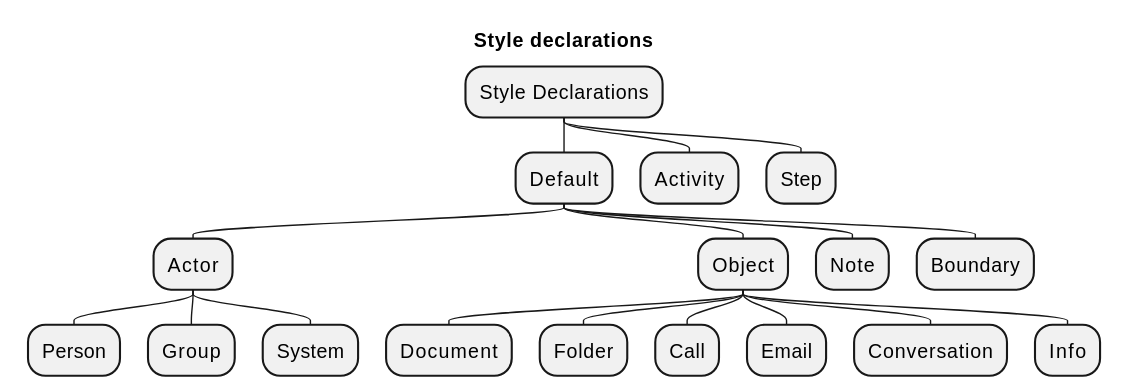
Before: docs/assets/stylePropertyHierarchy.svg, a diagram exported from PlantUML (johthor/DomainStory-PlantUML).
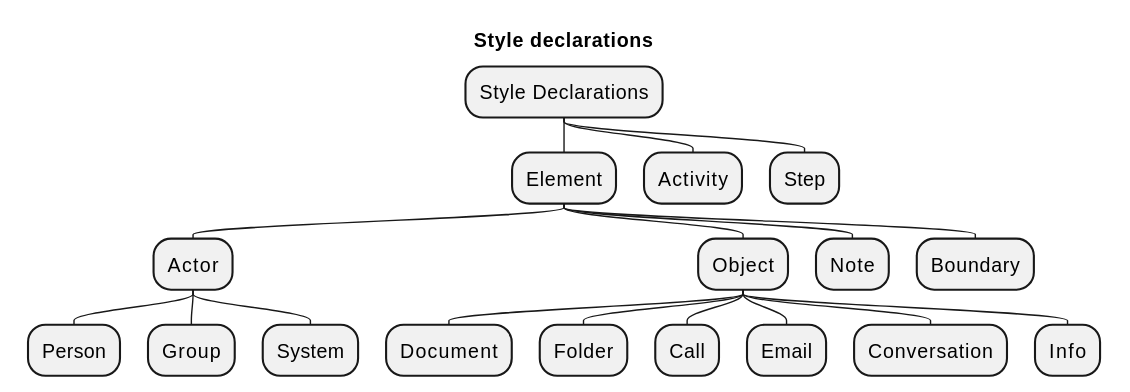
Above is the later version.

Diff of the diagram source:
```diff
@@ -4,7 +4,7 @@
 title Style declarations
 
 * Style Declarations
-** Default
+** Element
 *** Actor
 **** Person
 **** Group
```
